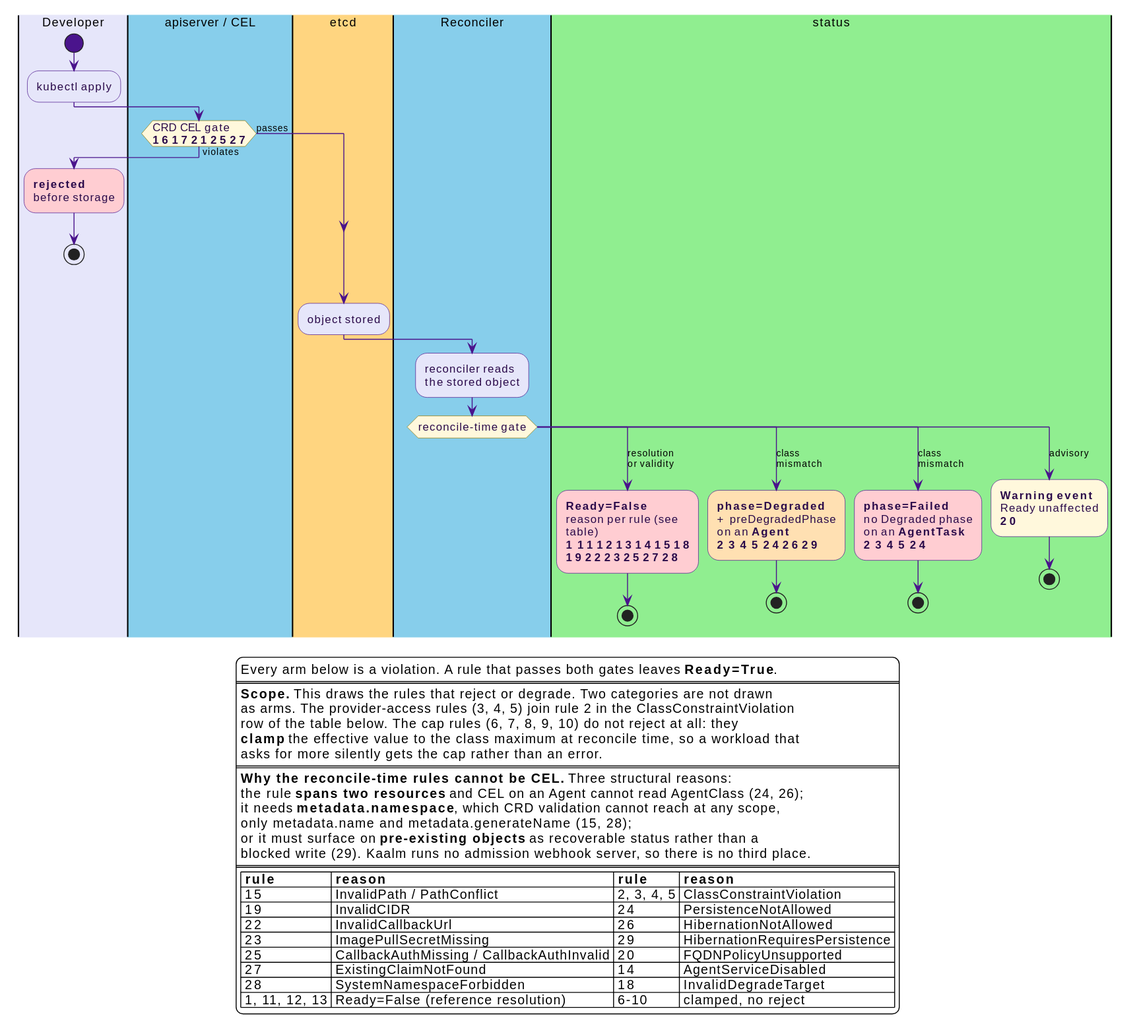
win07xp/kaalm keeps this PlantUML diagram as docs/src/diagrams/validation-enforcement.svg. Above is the earlier version.
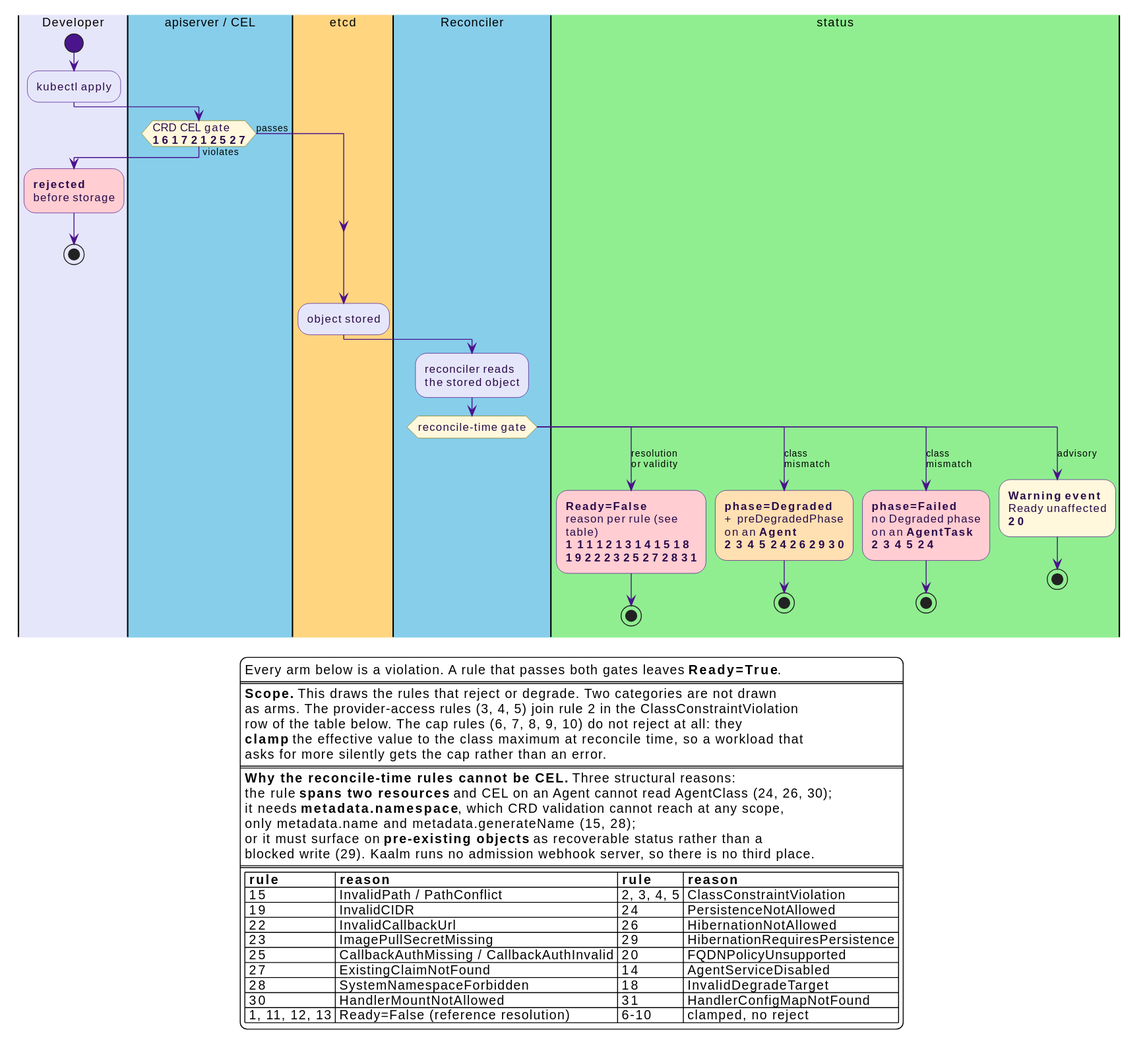
The same diagram one commit later.

The edit, as a diff of the source:
```diff
@@ -35,11 +35,11 @@
 switch (reconcile-time gate)
 case (resolution\nor validity)
   |$gwBg|status|
-  :**Ready=False**\nreason per rule (see table)\n**1 11 12 13 14 15 18**\n**19 22 23 25 27 28**; <<#FFCDD2>>
+  :**Ready=False**\nreason per rule (see table)\n**1 11 12 13 14 15 18**\n**19 22 23 25 27 28 31**; <<#FFCDD2>>
   stop
 case (class\nmismatch)
   |$gwBg|status|
-  :**phase=Degraded**\n+ preDegradedPhase\non an **Agent**\n**2 3 4 5 24 26 29**; <<#FFE0B2>>
+  :**phase=Degraded**\n+ preDegradedPhase\non an **Agent**\n**2 3 4 5 24 26 29 30**; <<#FFE0B2>>
   stop
 case (class\nmismatch)
   |$gwBg|status|
@@ -61,7 +61,7 @@
   asks for more silently gets the cap rather than an error.
   ====
   **Why the reconcile-time rules cannot be CEL.** Three structural reasons:
-  the rule **spans two resources** and CEL on an Agent cannot read AgentClass (24, 26);
+  the rule **spans two resources** and CEL on an Agent cannot read AgentClass (24, 26, 30);
   it needs **metadata.namespace**, which CRD validation cannot reach at any scope,
   only metadata.name and metadata.generateName (15, 28);
   or it must surface on **pre-existing objects** as recoverable status rather than a
@@ -75,6 +75,7 @@
   | 25 | CallbackAuthMissing / CallbackAuthInvalid | 20 | FQDNPolicyUnsupported |
   | 27 | ExistingClaimNotFound | 14 | AgentServiceDisabled |
   | 28 | SystemNamespaceForbidden | 18 | InvalidDegradeTarget |
+  | 30 | HandlerMountNotAllowed | 31 | HandlerConfigMapNotFound |
   | 1, 11, 12, 13 | Ready=False (reference resolution) | 6-10 | clamped, no reject |
 endlegend
 @enduml
```
